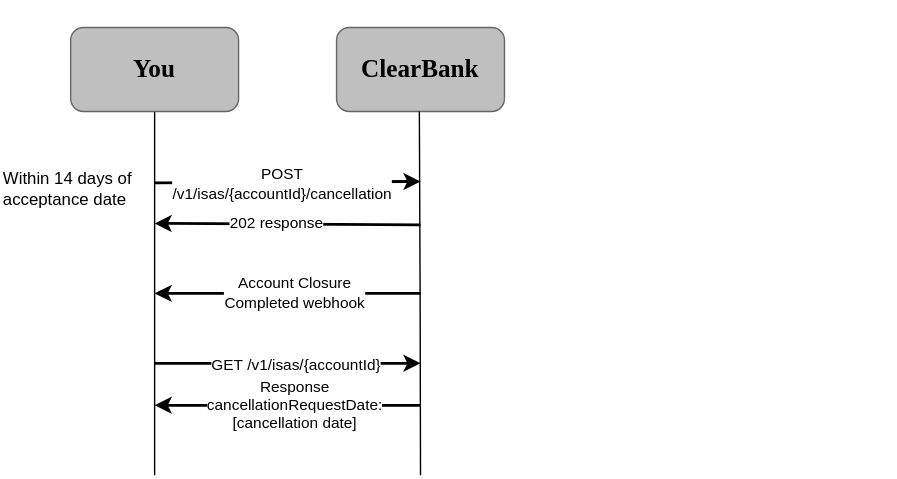
clearbank/clearbank.github.io keeps this draw.io diagram as static/assets/images/cash-isa-cancel.svg. Above is the earlier version. Source tidied: cells renumbered, new cells last; positions are measured from the earlier drawing's top-left corner, leaving out a move shared by most shapes.
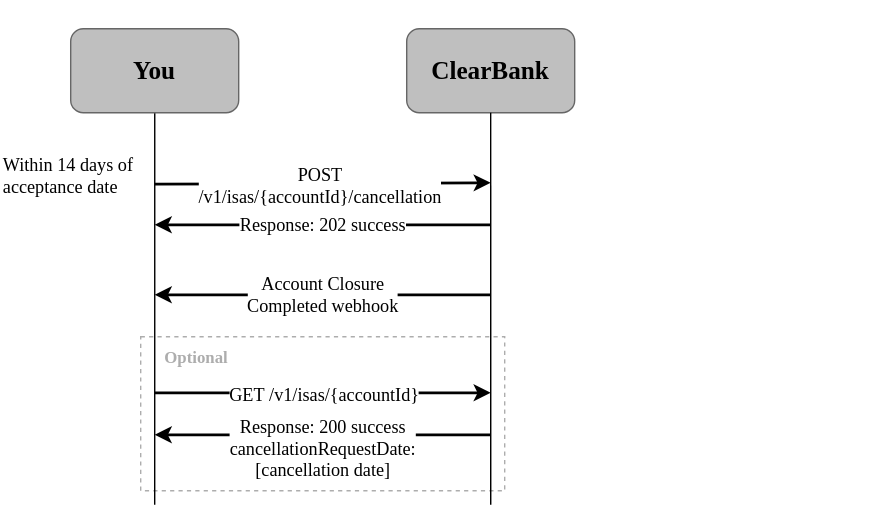
Above is the later version.

The edit, as a diff of the source:
```diff
@@ -2,84 +2,91 @@
   <root>
     <mxCell id="0" />
     <mxCell id="1" parent="0" />
+    <mxCell id="19" style="rounded=0;whiteSpace=wrap;html=1;fillColor=none;strokeColor=#ADADAD;dashed=1;" parent="1" vertex="1">
+      <mxGeometry x="100" y="240" width="260" height="110" as="geometry" />
+    </mxCell>
     <mxCell id="2" value="ClearBank" style="rounded=1;whiteSpace=wrap;html=1;strokeColor=#666666;fillColor=#BFBFBF;gradientColor=none;fontFamily=Clear Sans Display;fontStyle=1;fontSize=18;" parent="1" vertex="1">
-      <mxGeometry x="240" y="20" width="120" height="60" as="geometry" />
+      <mxGeometry x="290" y="20" width="120" height="60" as="geometry" />
     </mxCell>
-    <mxCell id="3" style="endArrow=classic;html=1;rounded=0;strokeWidth=2;" parent="1" edge="1">
+    <mxCell id="3" style="endArrow=classic;html=1;rounded=0;strokeWidth=2;fontFamily=Clear Sans Text;" parent="1" edge="1">
       <mxGeometry relative="1" as="geometry">
-        <mxPoint x="300" y="161" as="sourcePoint" />
+        <mxPoint x="350" y="160" as="sourcePoint" />
         <mxPoint x="110" y="160" as="targetPoint" />
       </mxGeometry>
     </mxCell>
-    <mxCell id="4" value="202 response" style="edgeLabel;html=1;align=center;verticalAlign=middle;" parent="3" vertex="1">
-      <mxGeometry x="0.09" y="-1" relative="1" as="geometry" />
+    <mxCell id="4" value="Response: 202 success" style="edgeLabel;html=1;align=center;verticalAlign=middle;fontFamily=Clear Sans Text;fontSize=13;" parent="3" vertex="1">
+      <mxGeometry x="0.09" y="-1" relative="1" as="geometry">
+        <mxPoint x="10" y="1" as="offset" />
+      </mxGeometry>
     </mxCell>
-    <mxCell id="5" style="edgeStyle=orthogonalEdgeStyle;rounded=0;orthogonalLoop=1;jettySize=auto;html=1;endArrow=none;endFill=0;" parent="1" edge="1">
+    <mxCell id="5" style="edgeStyle=orthogonalEdgeStyle;rounded=0;jettySize=auto;html=1;endArrow=none;endFill=0;exitX=0.5;exitY=1;exitDx=0;exitDy=0;" parent="1" edge="1" source="2">
       <mxGeometry relative="1" as="geometry">
-        <mxPoint x="299.2" y="80" as="sourcePoint" />
-        <mxPoint x="300" y="340" as="targetPoint" />
+        <mxPoint x="351" y="360" as="targetPoint" />
+        <Array as="points">
+          <mxPoint x="350" y="360" />
+        </Array>
       </mxGeometry>
     </mxCell>
     <mxCell id="6" style="edgeStyle=orthogonalEdgeStyle;rounded=0;jettySize=auto;html=1;endArrow=none;endFill=0;" parent="1" edge="1" source="7">
       <mxGeometry relative="1" as="geometry">
-        <mxPoint x="110" y="340" as="targetPoint" />
+        <mxPoint x="110" y="360" as="targetPoint" />
       </mxGeometry>
     </mxCell>
     <mxCell id="7" value="You" style="rounded=1;whiteSpace=wrap;html=1;strokeColor=#666666;fillColor=#BFBFBF;gradientColor=none;fontFamily=Clear Sans Display;fontStyle=1;fontSize=18;" parent="1" vertex="1">
       <mxGeometry x="50" y="20" width="120" height="60" as="geometry" />
     </mxCell>
-    <mxCell id="8" style="endArrow=classic;html=1;rounded=0;strokeWidth=2;" parent="1" edge="1">
+    <mxCell id="8" style="endArrow=classic;html=1;rounded=0;strokeWidth=2;fontFamily=Clear Sans Text;" parent="1" edge="1">
       <mxGeometry relative="1" as="geometry">
         <mxPoint x="110" y="131" as="sourcePoint" />
-        <mxPoint x="300" y="130" as="targetPoint" />
+        <mxPoint x="350" y="130" as="targetPoint" />
       </mxGeometry>
     </mxCell>
-    <mxCell id="9" value="POST&lt;br&gt;/v1/isas/{accountId}/cancellation" style="edgeLabel;html=1;align=center;verticalAlign=middle;" parent="8" vertex="1">
+    <mxCell id="9" value="POST&lt;br style=&quot;font-size: 13px;&quot;&gt;/v1/isas/{accountId}/cancellation" style="edgeLabel;html=1;align=center;verticalAlign=middle;fontFamily=Clear Sans Text;fontSize=13;" parent="8" vertex="1">
       <mxGeometry x="0.09" y="-1" relative="1" as="geometry">
         <mxPoint x="-13" as="offset" />
       </mxGeometry>
     </mxCell>
-    <mxCell id="10" style="endArrow=classic;html=1;rounded=0;strokeWidth=2;" parent="1" edge="1">
+    <mxCell id="10" style="endArrow=classic;html=1;rounded=0;strokeWidth=2;fontFamily=Clear Sans Text;" parent="1" edge="1">
       <mxGeometry relative="1" as="geometry">
-        <mxPoint x="110" y="260" as="sourcePoint" />
-        <mxPoint x="300" y="260" as="targetPoint" />
+        <mxPoint x="110" y="280" as="sourcePoint" />
+        <mxPoint x="350" y="280" as="targetPoint" />
         <Array as="points">
-          <mxPoint x="200" y="260" />
+          <mxPoint x="200" y="280" />
         </Array>
       </mxGeometry>
     </mxCell>
-    <mxCell id="11" value="GET&amp;nbsp;/v1/isas/{accountId}" style="edgeLabel;html=1;align=center;verticalAlign=middle;" parent="10" vertex="1">
+    <mxCell id="11" value="GET&amp;nbsp;/v1/isas/{accountId}" style="edgeLabel;html=1;align=center;verticalAlign=middle;fontFamily=Clear Sans Text;fontSize=13;" parent="10" vertex="1">
       <mxGeometry x="0.09" y="-1" relative="1" as="geometry">
-        <mxPoint x="-3" as="offset" />
+        <mxPoint x="-10" as="offset" />
       </mxGeometry>
     </mxCell>
-    <mxCell id="12" style="endArrow=classic;html=1;rounded=0;strokeWidth=2;" parent="1" edge="1">
+    <mxCell id="12" style="endArrow=classic;html=1;rounded=0;strokeWidth=2;fontFamily=Clear Sans Text;" parent="1" edge="1">
       <mxGeometry relative="1" as="geometry">
-        <mxPoint x="200" y="290" as="sourcePoint" />
-        <mxPoint x="110" y="290" as="targetPoint" />
+        <mxPoint x="200" y="310" as="sourcePoint" />
+        <mxPoint x="110" y="310" as="targetPoint" />
         <Array as="points">
-          <mxPoint x="300" y="290" />
+          <mxPoint x="350" y="310" />
         </Array>
       </mxGeometry>
     </mxCell>
-    <mxCell id="13" value="Response &lt;br&gt;cancellationRequestDate:&lt;br&gt;[cancellation date]" style="edgeLabel;html=1;align=center;verticalAlign=middle;" parent="12" vertex="1">
+    <mxCell id="13" value="Response: 200 success&lt;br style=&quot;font-size: 13px;&quot;&gt;cancellationRequestDate:&lt;br style=&quot;font-size: 13px;&quot;&gt;[cancellation date]" style="edgeLabel;html=1;align=center;verticalAlign=middle;fontFamily=Clear Sans Text;fontSize=13;" parent="12" vertex="1">
       <mxGeometry x="0.09" y="-1" relative="1" as="geometry">
-        <mxPoint x="-33" y="1" as="offset" />
+        <mxPoint x="-58" y="11" as="offset" />
       </mxGeometry>
     </mxCell>
-    <mxCell id="14" style="endArrow=classic;html=1;rounded=0;strokeWidth=2;" parent="1" edge="1">
+    <mxCell id="14" style="endArrow=classic;html=1;rounded=0;strokeWidth=2;fontFamily=Clear Sans Text;" parent="1" edge="1">
       <mxGeometry relative="1" as="geometry">
-        <mxPoint x="300" y="210" as="sourcePoint" />
+        <mxPoint x="350" y="210" as="sourcePoint" />
         <mxPoint x="110" y="210" as="targetPoint" />
       </mxGeometry>
     </mxCell>
-    <mxCell id="15" value="Account Closure&lt;br&gt;Completed webhook" style="edgeLabel;html=1;align=center;verticalAlign=middle;" parent="14" vertex="1">
+    <mxCell id="15" value="Account Closure&lt;br style=&quot;font-size: 13px;&quot;&gt;Completed webhook" style="edgeLabel;html=1;align=center;verticalAlign=middle;fontFamily=Clear Sans Text;fontSize=13;" parent="14" vertex="1">
       <mxGeometry x="0.09" y="-1" relative="1" as="geometry">
-        <mxPoint x="13" y="1" as="offset" />
+        <mxPoint x="10" y="1" as="offset" />
       </mxGeometry>
     </mxCell>
-    <mxCell id="16" value="Within 14 days of acceptance date" style="text;html=1;strokeColor=none;fillColor=none;align=left;verticalAlign=middle;whiteSpace=wrap;rounded=0;" parent="1" vertex="1">
-      <mxGeometry y="100" width="140" height="70" as="geometry" />
+    <mxCell id="16" value="Within 14 days of acceptance date" style="text;html=1;strokeColor=none;fillColor=none;align=left;verticalAlign=middle;whiteSpace=wrap;rounded=0;fontFamily=Clear Sans Text;fontSize=13;" parent="1" vertex="1">
+      <mxGeometry y="90" width="140" height="70" as="geometry" />
     </mxCell>
     <mxCell id="17" style="rounded=1;whiteSpace=wrap;html=1;fillColor=none;strokeColor=none;" parent="1" vertex="1">
       <mxGeometry x="420" y="160" width="220" height="60" as="geometry" />
@@ -87,5 +94,8 @@
     <mxCell id="18" style="rounded=0;whiteSpace=wrap;html=1;strokeColor=none;fillColor=none;" parent="1" vertex="1">
       <mxGeometry x="140" width="120" height="20" as="geometry" />
     </mxCell>
+    <mxCell id="20" value="&lt;font face=&quot;Clear Sans Text&quot;&gt;Optional&lt;/font&gt;" style="text;html=1;strokeColor=none;fillColor=none;align=center;verticalAlign=middle;whiteSpace=wrap;rounded=0;fontColor=#ADADAD;fontStyle=1;" parent="1" vertex="1">
+      <mxGeometry x="110" y="240" width="60" height="30" as="geometry" />
+    </mxCell>
   </root>
 </mxGraphModel>
```
